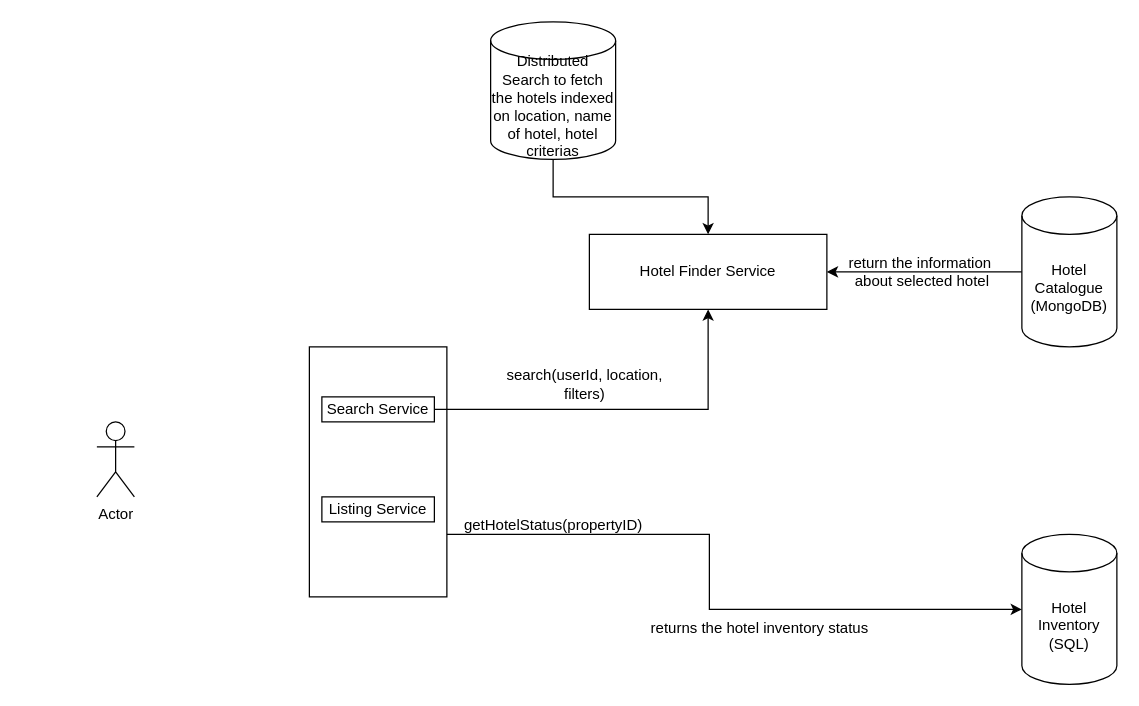
Before: HotelManagementSystem.drawio in anshul1790/system-design-playground, a draw.io diagram. Source tidied: cells renumbered, new cells numbered last; positions are measured from the earlier drawing's top-left corner, leaving out a move shared by most shapes. Both pictures are drawn from the tidied source at 125%, with x=0, y=0 at pixel (96, 21).
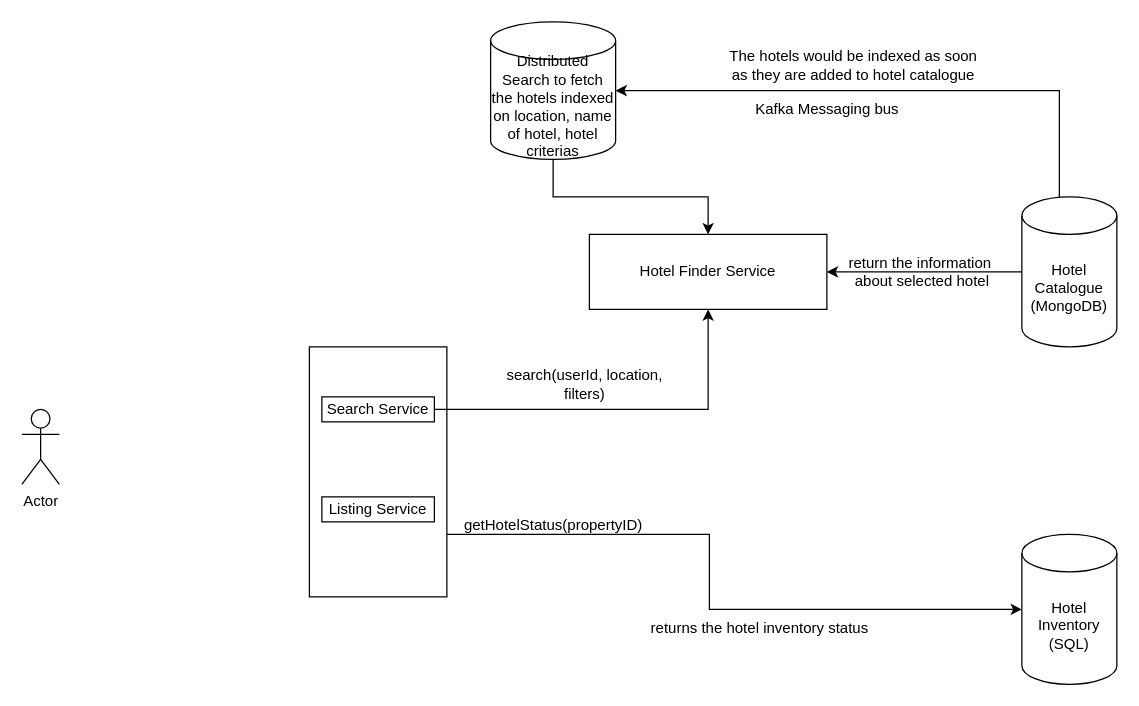
The same diagram, later.

The change refers to these unchanged cells:
```xml
<mxCell id="4" value="Hotel Catalogue&lt;div&gt;(MongoDB)&lt;/div&gt;" style="shape=cylinder3;whiteSpace=wrap;html=1;boundedLbl=1;backgroundOutline=1;size=15;" parent="1" vertex="1">
  <mxGeometry x="740" y="140" width="76" height="120" as="geometry" />
</mxCell>
<mxCell id="16" value="Distributed Search to fetch the hotels indexed on location, name of hotel, hotel criterias" style="shape=cylinder3;whiteSpace=wrap;html=1;boundedLbl=1;backgroundOutline=1;size=15;" parent="1" vertex="1">
  <mxGeometry x="315" width="100" height="110" as="geometry" />
</mxCell>
```

What changed in the source:
```diff
@@
     <mxCell id="10" value="Actor" style="shape=umlActor;verticalLabelPosition=bottom;verticalAlign=top;html=1;" parent="1" vertex="1">
-      <mxGeometry y="320" width="30" height="60" as="geometry" />
+      <mxGeometry x="-60" y="310" width="30" height="60" as="geometry" />
     </mxCell>
@@
+    <mxCell id="18" style="edgeStyle=orthogonalEdgeStyle;rounded=0;jettySize=auto;html=1;entryX=1;entryY=0.5;entryDx=0;entryDy=0;entryPerimeter=0;" parent="1" edge="1" source="4" target="16">
+      <mxGeometry relative="1" as="geometry">
+        <Array as="points">
+          <mxPoint x="770" y="55" />
+        </Array>
+      </mxGeometry>
+    </mxCell>
+    <mxCell id="19" value="The hotels would be indexed as soon&lt;div&gt;as they are added to hotel catalogue&lt;/div&gt;" style="text;html=1;align=center;verticalAlign=middle;strokeColor=none;fillColor=none;" parent="1" vertex="1">
+      <mxGeometry x="495" y="15" width="220" height="40" as="geometry" />
+    </mxCell>
+    <mxCell id="20" value="Kafka Messaging bus" style="text;html=1;align=center;verticalAlign=middle;strokeColor=none;fillColor=none;" parent="1" vertex="1">
+      <mxGeometry x="514" y="55" width="140" height="30" as="geometry" />
+    </mxCell>
```
